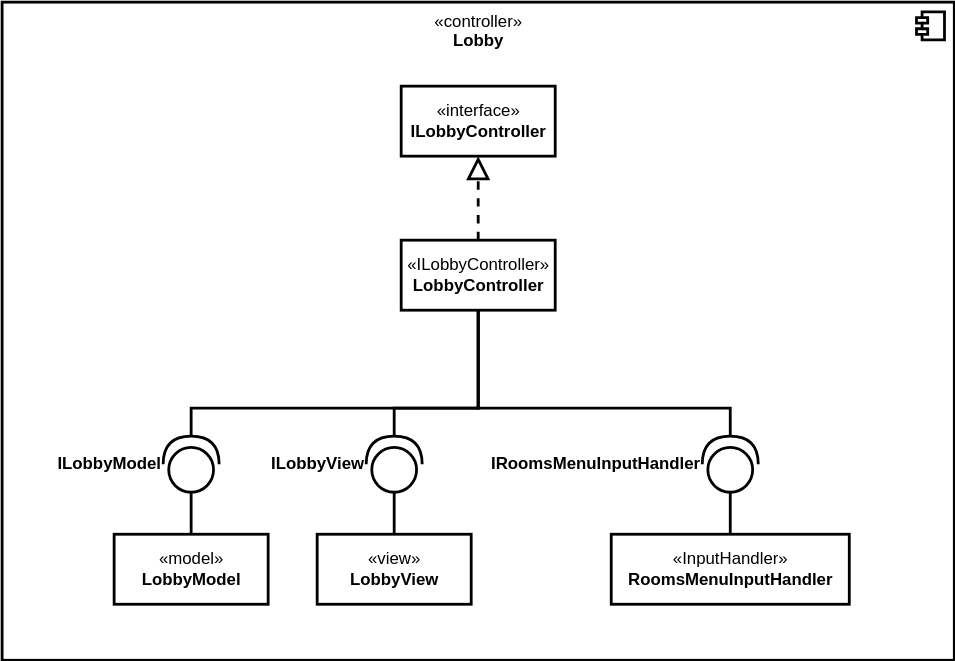
Above: docs/application/diagrams/LobbyControllerClassDiagram.drawio.svg in HaniAlshikh/tron (draw.io), before the change. Source tidied: cells renumbered, new cells last; positions are measured from the earlier drawing's top-left corner, leaving out a move shared by most shapes.
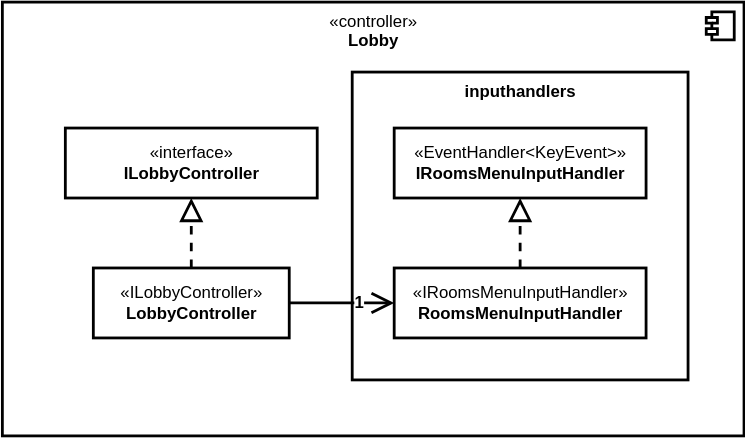
After the commit.

Diff of the diagram source:
```diff
@@ -3,72 +3,41 @@
     <mxCell id="0" />
     <mxCell id="1" parent="0" />
     <mxCell id="2" value="«controller»&lt;b&gt;&lt;br&gt;Lobby&lt;/b&gt;" style="html=1;strokeWidth=2;align=center;verticalAlign=top;" parent="1" vertex="1">
-      <mxGeometry width="680" height="470" as="geometry" />
+      <mxGeometry x="-350" y="-1140" width="530" height="310" as="geometry" />
     </mxCell>
-    <mxCell id="3" style="shape=module;jettyWidth=8;jettyHeight=4;strokeWidth=2;align=center;verticalAlign=middle;" parent="2" vertex="1">
-      <mxGeometry x="1" width="20" height="20" relative="1" as="geometry">
-        <mxPoint x="-27" y="7" as="offset" />
-      </mxGeometry>
-    </mxCell>
+    <mxCell id="19" style="shape=module;jettyWidth=8;jettyHeight=4;strokeWidth=2;align=center;verticalAlign=middle;" parent="2" vertex="1">
+      <mxGeometry x="1" width="20" height="20" relative="1" as="geometry">
+        <mxPoint x="-27" y="7" as="offset" />
+      </mxGeometry>
+    </mxCell>
+    <mxCell id="20" value="&lt;b&gt;inputhandlers&lt;/b&gt;" style="html=1;strokeWidth=2;align=center;verticalAlign=top;" parent="1" vertex="1">
+      <mxGeometry x="-100" y="-1090" width="240" height="220" as="geometry" />
+    </mxCell>
+    <mxCell id="21" value="«EventHandler&amp;lt;KeyEvent&amp;gt;»&lt;br&gt;&lt;b&gt;IRoomsMenuInputHandler&lt;/b&gt;" style="html=1;strokeWidth=2;" parent="1" vertex="1">
+      <mxGeometry x="-70" y="-1050" width="180" height="50" as="geometry" />
+    </mxCell>
+    <mxCell id="22" style="edgeStyle=none;shape=connector;rounded=1;html=1;dashed=1;labelBackgroundColor=default;fontFamily=Helvetica;fontSize=12;fontColor=default;endArrow=block;endFill=0;endSize=12;strokeColor=default;strokeWidth=2;" parent="1" edge="1" source="23" target="21">
+      <mxGeometry relative="1" as="geometry" />
+    </mxCell>
+    <mxCell id="23" value="«IRoomsMenuInputHandler»&lt;br&gt;&lt;b&gt;RoomsMenuInputHandler&lt;/b&gt;" style="html=1;strokeWidth=2;" parent="1" vertex="1">
+      <mxGeometry x="-70" y="-950" width="180" height="50" as="geometry" />
+    </mxCell>
     <mxCell id="4" value="«interface»&lt;br&gt;&lt;b&gt;ILobbyController&lt;/b&gt;" style="html=1;strokeWidth=2;" parent="1" vertex="1">
-      <mxGeometry x="285" y="60" width="110" height="50" as="geometry" />
+      <mxGeometry x="-305" y="-1050" width="180" height="50" as="geometry" />
     </mxCell>
-    <mxCell id="5" style="edgeStyle=orthogonalEdgeStyle;shape=connector;rounded=0;html=1;entryX=1;entryY=0.5;entryDx=0;entryDy=0;entryPerimeter=0;labelBackgroundColor=default;fontFamily=Helvetica;fontSize=11;fontColor=default;endArrow=none;endFill=0;strokeColor=default;strokeWidth=2;" parent="1" edge="1" source="7" target="15">
-      <mxGeometry relative="1" as="geometry">
-        <Array as="points">
-          <mxPoint x="340" y="290" />
-          <mxPoint x="280" y="290" />
-        </Array>
-      </mxGeometry>
-    </mxCell>
-    <mxCell id="6" style="edgeStyle=orthogonalEdgeStyle;shape=connector;rounded=0;html=1;entryX=1;entryY=0.5;entryDx=0;entryDy=0;entryPerimeter=0;labelBackgroundColor=default;fontFamily=Helvetica;fontSize=11;fontColor=default;endArrow=none;endFill=0;strokeColor=default;strokeWidth=2;" parent="1" edge="1" source="7" target="18">
-      <mxGeometry relative="1" as="geometry">
-        <Array as="points">
-          <mxPoint x="340" y="290" />
-          <mxPoint x="520" y="290" />
-        </Array>
-      </mxGeometry>
-    </mxCell>
+    <mxCell id="24" style="edgeStyle=none;shape=connector;rounded=1;html=1;labelBackgroundColor=default;fontFamily=Helvetica;fontSize=12;fontColor=default;endArrow=open;endFill=1;endSize=12;strokeColor=default;strokeWidth=2;" parent="1" edge="1" source="7" target="23">
+      <mxGeometry relative="1" as="geometry" />
+    </mxCell>
+    <mxCell id="25" value="1" style="edgeLabel;html=1;align=center;verticalAlign=middle;fontSize=12;fontFamily=Helvetica;fontColor=default;fontStyle=1;" parent="24" vertex="1">
+      <mxGeometry x="0.62" y="2" relative="1" as="geometry">
+        <mxPoint x="-11" y="1" as="offset" />
+      </mxGeometry>
+    </mxCell>
+    <mxCell id="8" style="edgeStyle=none;shape=connector;rounded=1;html=1;dashed=1;labelBackgroundColor=default;fontFamily=Helvetica;fontSize=12;fontColor=default;endArrow=block;endFill=0;endSize=12;strokeColor=default;strokeWidth=2;" parent="1" edge="1" source="7" target="4">
+      <mxGeometry relative="1" as="geometry" />
+    </mxCell>
     <mxCell id="7" value="«ILobbyController»&lt;br&gt;&lt;b&gt;LobbyController&lt;/b&gt;" style="html=1;strokeWidth=2;" parent="1" vertex="1">
-      <mxGeometry x="285" y="170" width="110" height="50" as="geometry" />
+      <mxGeometry x="-285" y="-950" width="140" height="50" as="geometry" />
     </mxCell>
-    <mxCell id="8" style="endArrow=block;dashed=1;endFill=0;endSize=12;html=1;fontSize=12;strokeWidth=2;" parent="1" edge="1" source="7" target="4">
-      <mxGeometry relative="1" as="geometry" />
-    </mxCell>
-    <mxCell id="9" value="«model»&lt;br&gt;&lt;b&gt;LobbyModel&lt;/b&gt;" style="html=1;strokeWidth=2;" parent="1" vertex="1">
-      <mxGeometry x="80" y="380" width="110" height="50" as="geometry" />
-    </mxCell>
-    <mxCell id="10" style="edgeStyle=orthogonalEdgeStyle;shape=connector;rounded=0;html=1;labelBackgroundColor=default;fontFamily=Helvetica;fontSize=11;fontColor=default;endArrow=none;endFill=0;strokeColor=default;strokeWidth=2;entryX=0.5;entryY=1;entryDx=0;entryDy=0;" parent="1" edge="1" source="12" target="7">
-      <mxGeometry relative="1" as="geometry">
-        <Array as="points">
-          <mxPoint x="135" y="290" />
-          <mxPoint x="340" y="290" />
-        </Array>
-      </mxGeometry>
-    </mxCell>
-    <mxCell id="11" style="edgeStyle=orthogonalEdgeStyle;shape=connector;rounded=0;html=1;labelBackgroundColor=default;fontFamily=Helvetica;fontSize=11;fontColor=default;endArrow=none;endFill=0;strokeColor=default;strokeWidth=2;" parent="1" edge="1" source="12" target="9">
-      <mxGeometry relative="1" as="geometry" />
-    </mxCell>
-    <mxCell id="12" value="&lt;b&gt;ILobbyModel&amp;nbsp;&amp;nbsp;&lt;/b&gt;" style="shape=providedRequiredInterface;html=1;verticalLabelPosition=middle;strokeWidth=2;direction=south;flipV=1;labelPosition=left;align=right;verticalAlign=middle;" parent="1" vertex="1">
-      <mxGeometry x="115" y="310" width="40" height="40" as="geometry" />
-    </mxCell>
-    <mxCell id="13" value="«view»&lt;br&gt;&lt;b&gt;LobbyView&lt;/b&gt;" style="html=1;strokeWidth=2;" parent="1" vertex="1">
-      <mxGeometry x="225" y="380" width="110" height="50" as="geometry" />
-    </mxCell>
-    <mxCell id="14" style="edgeStyle=orthogonalEdgeStyle;shape=connector;rounded=0;html=1;labelBackgroundColor=default;fontFamily=Helvetica;fontSize=11;fontColor=default;endArrow=none;endFill=0;strokeColor=default;strokeWidth=2;" parent="1" edge="1" source="15" target="13">
-      <mxGeometry relative="1" as="geometry" />
-    </mxCell>
-    <mxCell id="15" value="&lt;b&gt;ILobbyView&amp;nbsp;&amp;nbsp;&lt;/b&gt;" style="shape=providedRequiredInterface;html=1;verticalLabelPosition=middle;strokeWidth=2;direction=south;flipV=1;labelPosition=left;align=right;verticalAlign=middle;" parent="1" vertex="1">
-      <mxGeometry x="260" y="310" width="40" height="40" as="geometry" />
-    </mxCell>
-    <mxCell id="16" style="edgeStyle=orthogonalEdgeStyle;shape=connector;rounded=0;html=1;labelBackgroundColor=default;fontFamily=Helvetica;fontSize=11;fontColor=default;endArrow=none;endFill=0;strokeColor=default;strokeWidth=2;" parent="1" edge="1" source="17" target="18">
-      <mxGeometry relative="1" as="geometry" />
-    </mxCell>
-    <mxCell id="17" value="«InputHandler»&lt;br&gt;&lt;b&gt;RoomsMenuInputHandler&lt;/b&gt;" style="html=1;strokeWidth=2;" parent="1" vertex="1">
-      <mxGeometry x="435" y="380" width="170" height="50" as="geometry" />
-    </mxCell>
-    <mxCell id="18" value="&lt;b&gt;IRoomsMenuInputHandler&amp;nbsp;&amp;nbsp;&lt;/b&gt;" style="shape=providedRequiredInterface;html=1;verticalLabelPosition=middle;strokeWidth=2;direction=south;flipV=1;labelPosition=left;align=right;verticalAlign=middle;" parent="1" vertex="1">
-      <mxGeometry x="500" y="310" width="40" height="40" as="geometry" />
-    </mxCell>
   </root>
 </mxGraphModel>
```
